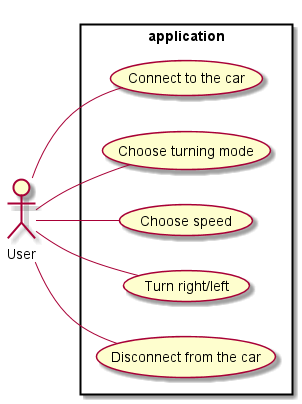
Zagrael/WRC_Car keeps this PlantUML diagram as WFRC_UseCases.png. Above is the earlier version. Its diagram source:
```plantuml
@startuml
left to right direction

Actor User

rectangle application{
User -- (Connect to the car)
User -- (Choose turning mode)
User -- (Choose speed)
User -- (Turn right/left)
User -- (Disconnect from the car)
}
@enduml
```
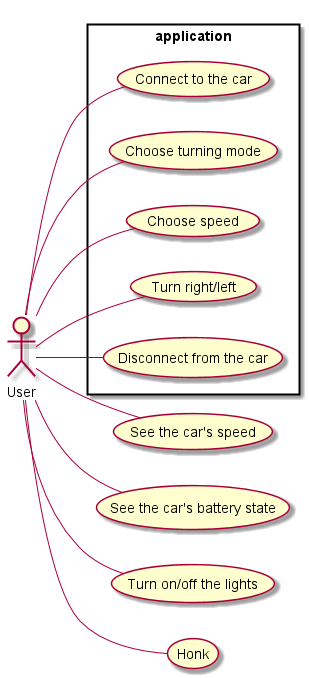
The same diagram one commit later.

Commit message:
Génération du nouveau diagramme UseCases.png

What changed in the source:
```diff
@@ -4,10 +4,15 @@
 Actor User
 
 rectangle application{
-User -- (Connect to the car)
-User -- (Choose turning mode)
-User -- (Choose speed)
-User -- (Turn right/left)
+User - (Connect to the car)
+User - (Choose turning mode)
+User - (Choose speed)
+User - (Turn right/left)
 User -- (Disconnect from the car)
 }
+
+User -- (See the car's speed)
+User -- (See the car's battery state)
+User -- (Turn on/off the lights)
+User -- (Honk)
 @enduml
```
